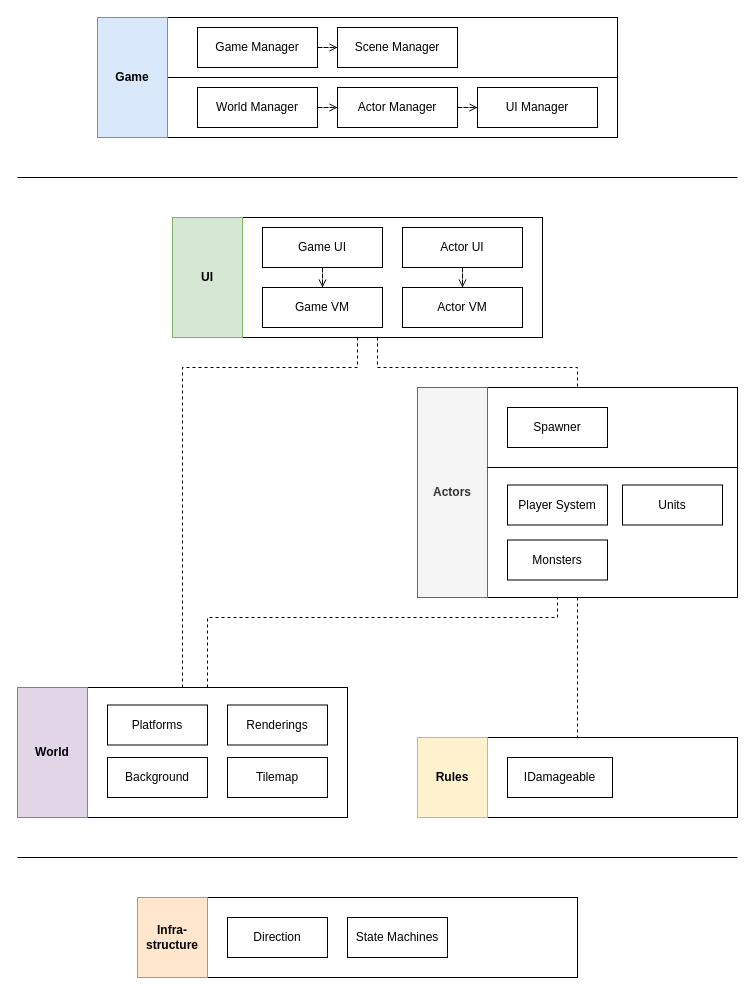
Earlier version of the draw.io diagram Assets/System Design/게임 구성.drawio (clssl15-Org/ProjectH). Source tidied: cells renumbered, new cells numbered last; positions are measured from the earlier drawing's top-left corner, leaving out a move shared by most shapes. Both pictures are drawn from the tidied source at 100%, with x=0, y=0 at pixel (17, 17).
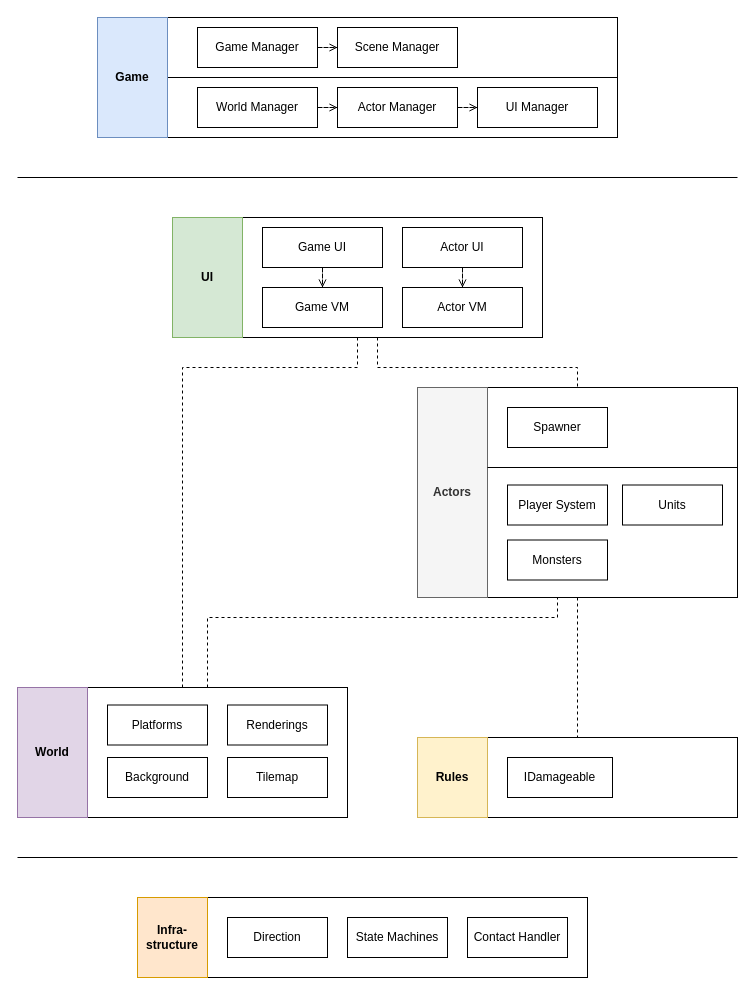
After the change.

Change to the diagram source:
```diff
@@
     <mxCell id="9" style="rounded=0;whiteSpace=wrap;html=1;" parent="1" vertex="1">
-      <mxGeometry x="120" y="880" width="440" height="80" as="geometry" />
+      <mxGeometry x="120" y="880" width="450" height="80" as="geometry" />
     </mxCell>
@@
+    <mxCell id="48" value="Contact Handler" style="rounded=0;whiteSpace=wrap;html=1;" parent="1" vertex="1">
+      <mxGeometry x="450" y="900" width="100" height="40" as="geometry" />
+    </mxCell>
```
